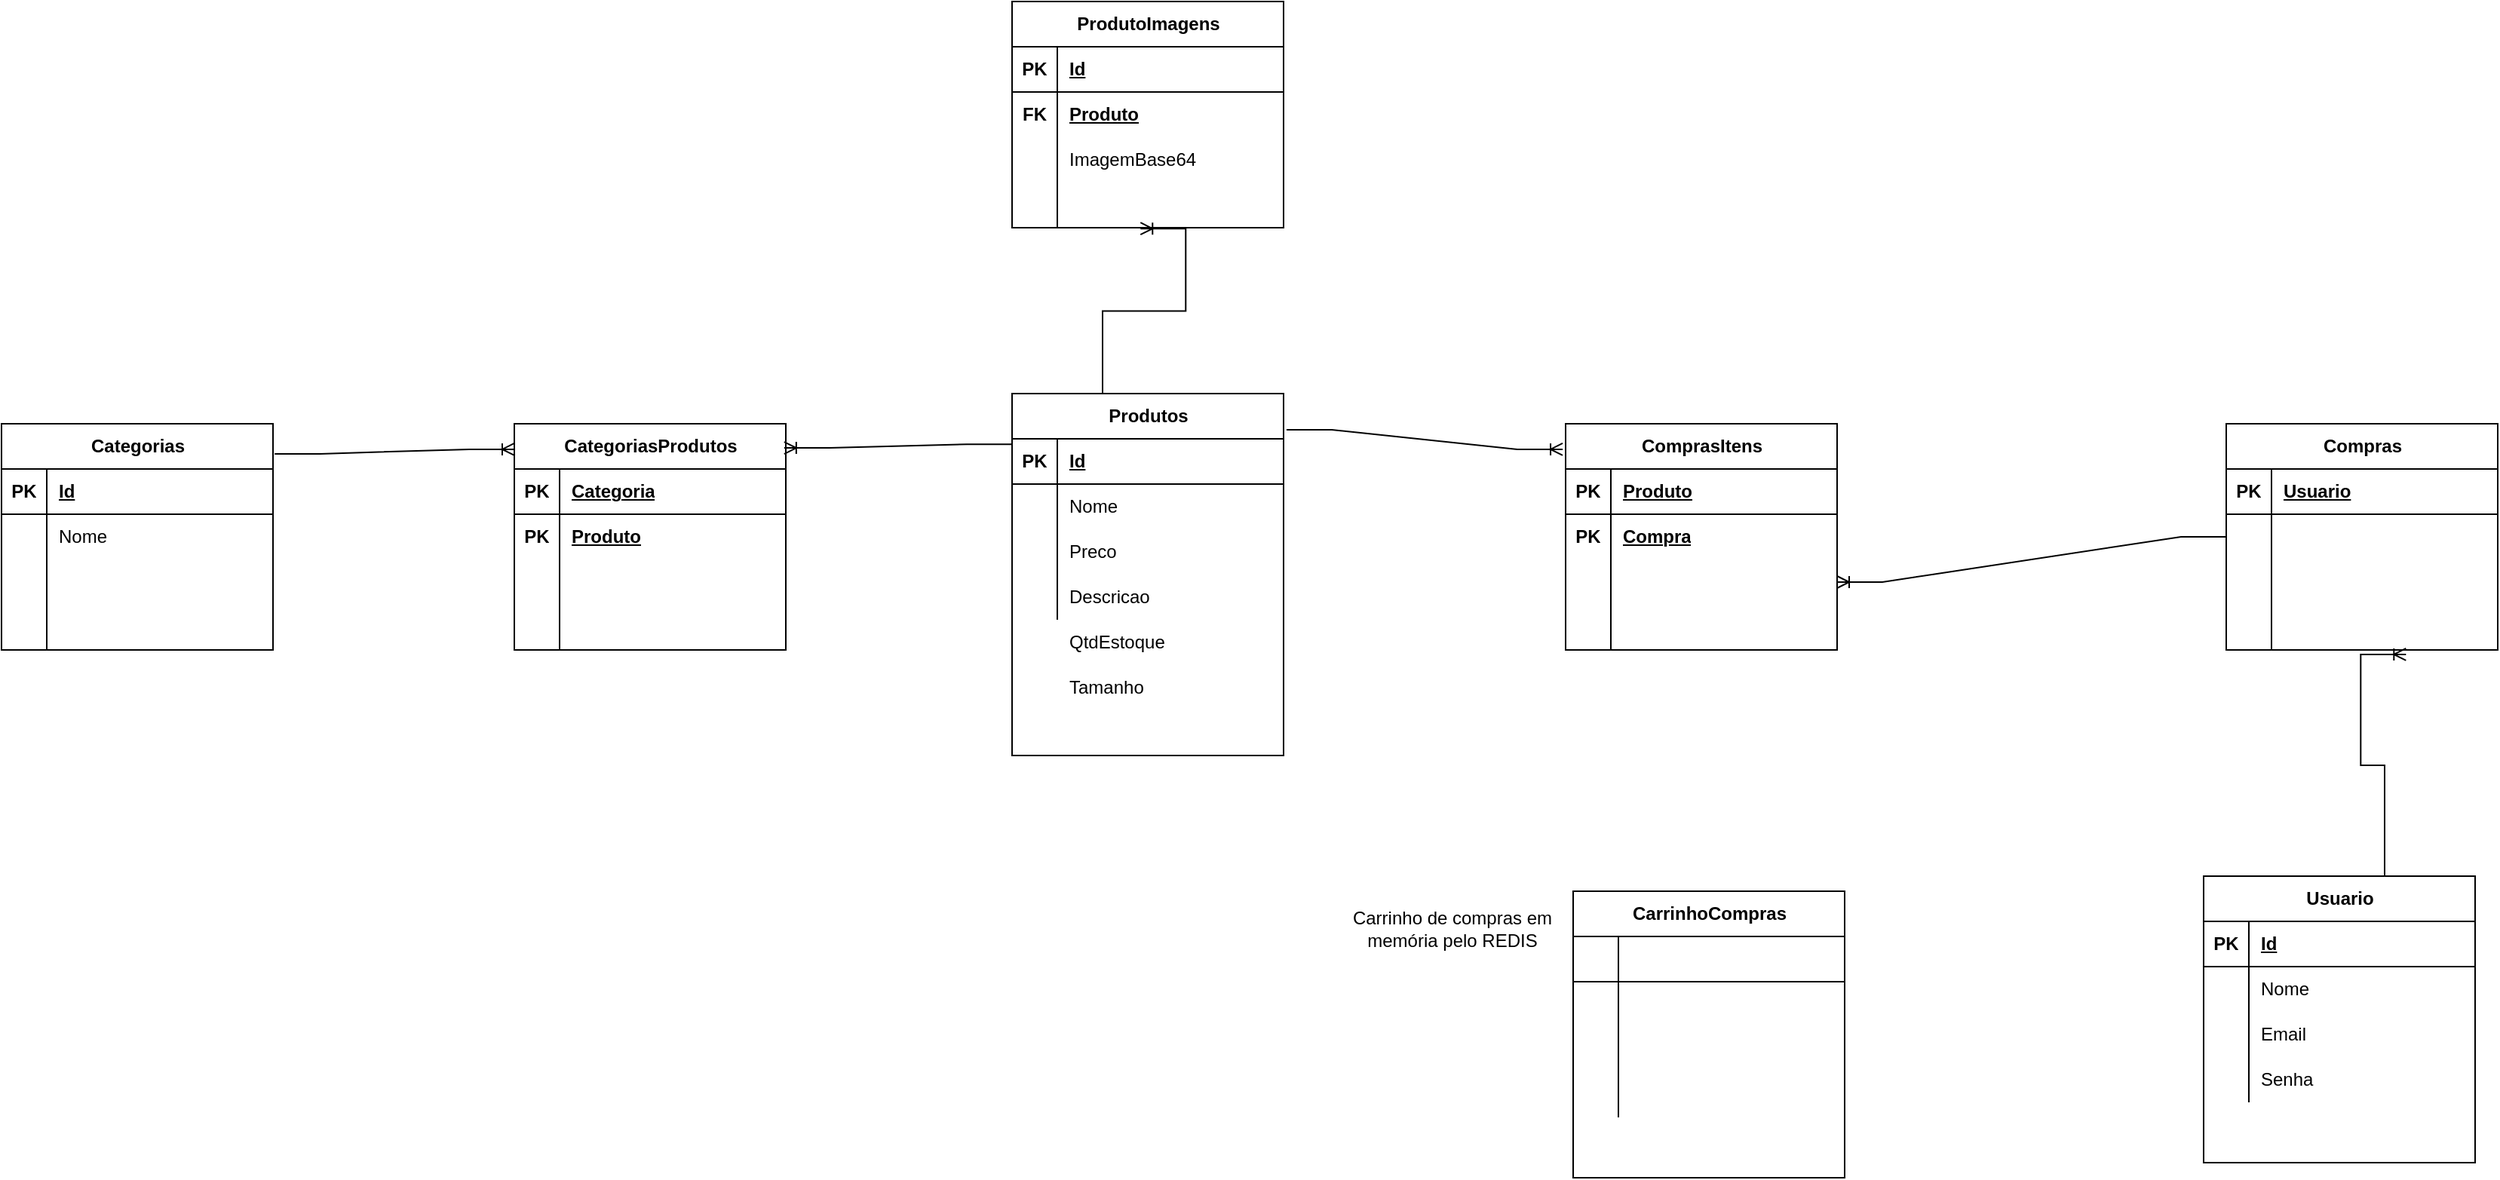
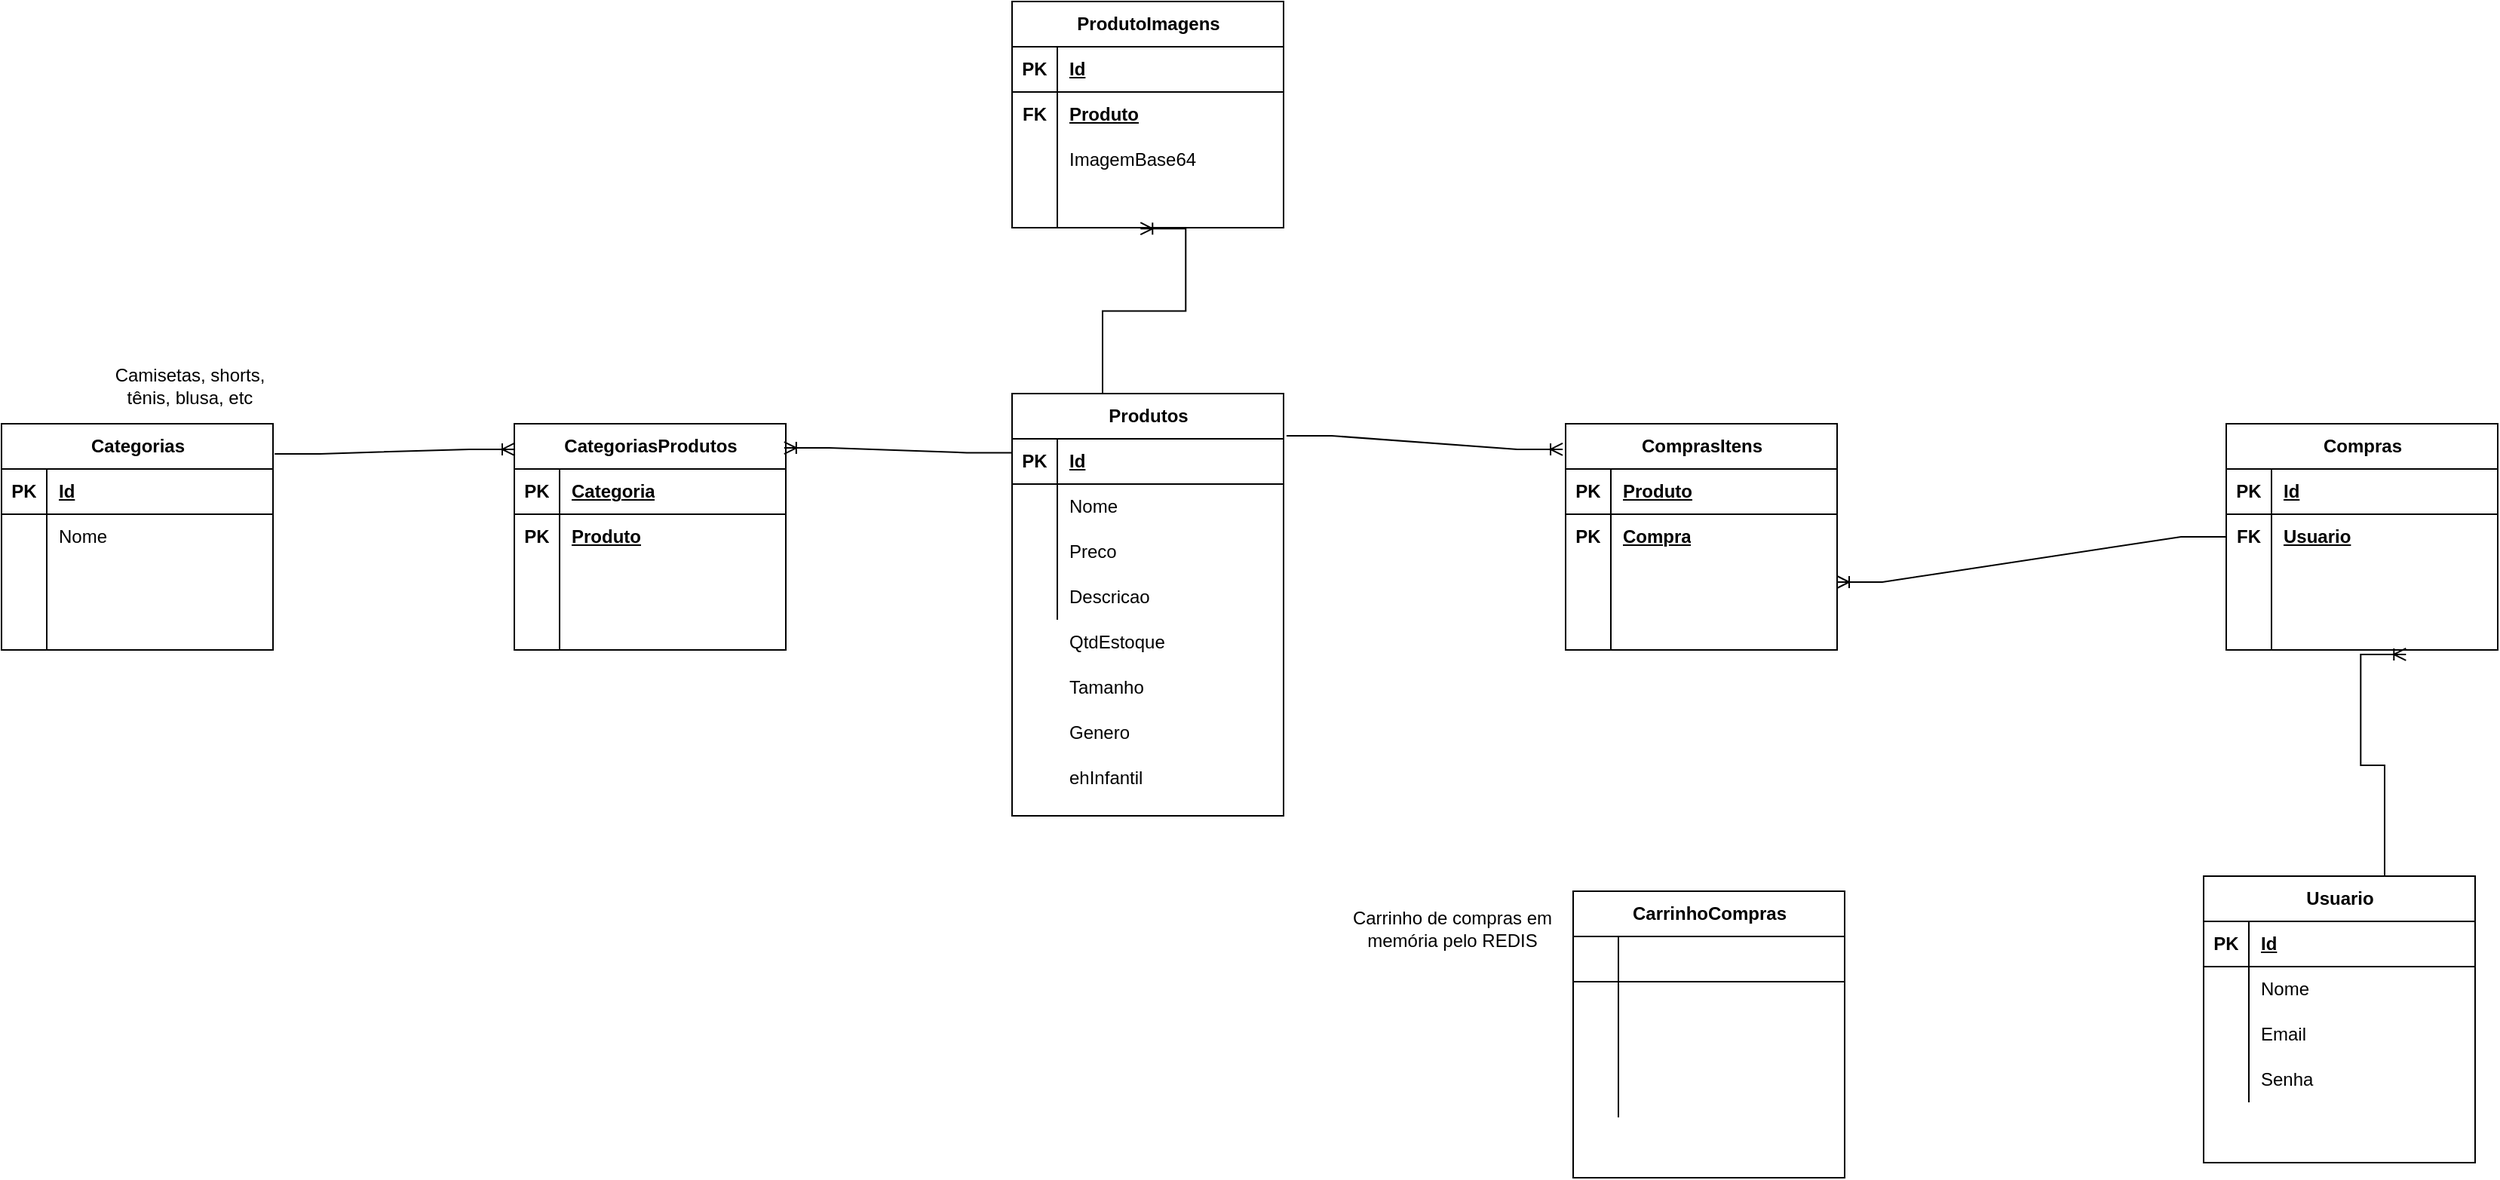
<mxfile host="Electron" agent="Mozilla/5.0 (Windows NT 10.0; Win64; x64) AppleWebKit/537.36 (KHTML, like Gecko) draw.io/27.0.9 Chrome/134.0.6998.205 Electron/35.4.0 Safari/537.36" version="27.0.9">
  <diagram name="Página-1" id="Ui7Bwch2JGEr9qUNOwo4">
-     <mxGraphModel dx="2384" dy="1239" grid="1" gridSize="10" guides="1" tooltips="1" connect="1" arrows="1" fold="1" page="1" pageScale="1" pageWidth="827" pageHeight="1169" math="0" shadow="0">
+     <mxGraphModel dx="1974" dy="913" grid="1" gridSize="10" guides="1" tooltips="1" connect="1" arrows="1" fold="1" page="1" pageScale="1" pageWidth="827" pageHeight="1169" math="0" shadow="0">
      <root>
        <mxCell id="0" />
        <mxCell id="1" parent="0" />
        <mxCell id="u1fod5ni-31I_dp44Pcm-1" value="Produtos" style="shape=table;startSize=30;container=1;collapsible=1;childLayout=tableLayout;fixedRows=1;rowLines=0;fontStyle=1;align=center;resizeLast=1;html=1;" parent="1" vertex="1">
-           <mxGeometry x="280" y="340" width="180" height="240" as="geometry" />
+           <mxGeometry x="280" y="340" width="180" height="280" as="geometry" />
        </mxCell>
        <mxCell id="u1fod5ni-31I_dp44Pcm-2" value="" style="shape=tableRow;horizontal=0;startSize=0;swimlaneHead=0;swimlaneBody=0;fillColor=none;collapsible=0;dropTarget=0;points=[[0,0.5],[1,0.5]];portConstraint=eastwest;top=0;left=0;right=0;bottom=1;" parent="u1fod5ni-31I_dp44Pcm-1" vertex="1">
          <mxGeometry y="30" width="180" height="30" as="geometry" />
        </mxCell>
        <mxCell id="u1fod5ni-31I_dp44Pcm-3" value="PK" style="shape=partialRectangle;connectable=0;fillColor=none;top=0;left=0;bottom=0;right=0;fontStyle=1;overflow=hidden;whiteSpace=wrap;html=1;" parent="u1fod5ni-31I_dp44Pcm-2" vertex="1">
          <mxGeometry width="30" height="30" as="geometry">
            <mxRectangle width="30" height="30" as="alternateBounds" />
          </mxGeometry>
        </mxCell>
        <mxCell id="u1fod5ni-31I_dp44Pcm-4" value="Id" style="shape=partialRectangle;connectable=0;fillColor=none;top=0;left=0;bottom=0;right=0;align=left;spacingLeft=6;fontStyle=5;overflow=hidden;whiteSpace=wrap;html=1;" parent="u1fod5ni-31I_dp44Pcm-2" vertex="1">
          <mxGeometry x="30" width="150" height="30" as="geometry">
            <mxRectangle width="150" height="30" as="alternateBounds" />
          </mxGeometry>
        </mxCell>
        <mxCell id="u1fod5ni-31I_dp44Pcm-5" value="" style="shape=tableRow;horizontal=0;startSize=0;swimlaneHead=0;swimlaneBody=0;fillColor=none;collapsible=0;dropTarget=0;points=[[0,0.5],[1,0.5]];portConstraint=eastwest;top=0;left=0;right=0;bottom=0;" parent="u1fod5ni-31I_dp44Pcm-1" vertex="1">
          <mxGeometry y="60" width="180" height="30" as="geometry" />
        </mxCell>
        <mxCell id="u1fod5ni-31I_dp44Pcm-6" value="" style="shape=partialRectangle;connectable=0;fillColor=none;top=0;left=0;bottom=0;right=0;editable=1;overflow=hidden;whiteSpace=wrap;html=1;" parent="u1fod5ni-31I_dp44Pcm-5" vertex="1">
          <mxGeometry width="30" height="30" as="geometry">
            <mxRectangle width="30" height="30" as="alternateBounds" />
          </mxGeometry>
        </mxCell>
        <mxCell id="u1fod5ni-31I_dp44Pcm-7" value="Nome" style="shape=partialRectangle;connectable=0;fillColor=none;top=0;left=0;bottom=0;right=0;align=left;spacingLeft=6;overflow=hidden;whiteSpace=wrap;html=1;" parent="u1fod5ni-31I_dp44Pcm-5" vertex="1">
          <mxGeometry x="30" width="150" height="30" as="geometry">
            <mxRectangle width="150" height="30" as="alternateBounds" />
          </mxGeometry>
        </mxCell>
        <mxCell id="u1fod5ni-31I_dp44Pcm-8" value="" style="shape=tableRow;horizontal=0;startSize=0;swimlaneHead=0;swimlaneBody=0;fillColor=none;collapsible=0;dropTarget=0;points=[[0,0.5],[1,0.5]];portConstraint=eastwest;top=0;left=0;right=0;bottom=0;" parent="u1fod5ni-31I_dp44Pcm-1" vertex="1">
          <mxGeometry y="90" width="180" height="30" as="geometry" />
        </mxCell>
        <mxCell id="u1fod5ni-31I_dp44Pcm-9" value="" style="shape=partialRectangle;connectable=0;fillColor=none;top=0;left=0;bottom=0;right=0;editable=1;overflow=hidden;whiteSpace=wrap;html=1;" parent="u1fod5ni-31I_dp44Pcm-8" vertex="1">
          <mxGeometry width="30" height="30" as="geometry">
            <mxRectangle width="30" height="30" as="alternateBounds" />
          </mxGeometry>
        </mxCell>
        <mxCell id="u1fod5ni-31I_dp44Pcm-10" value="" style="shape=partialRectangle;connectable=0;fillColor=none;top=0;left=0;bottom=0;right=0;align=left;spacingLeft=6;overflow=hidden;whiteSpace=wrap;html=1;" parent="u1fod5ni-31I_dp44Pcm-8" vertex="1">
          <mxGeometry x="30" width="150" height="30" as="geometry">
            <mxRectangle width="150" height="30" as="alternateBounds" />
          </mxGeometry>
        </mxCell>
        <mxCell id="u1fod5ni-31I_dp44Pcm-11" value="" style="shape=tableRow;horizontal=0;startSize=0;swimlaneHead=0;swimlaneBody=0;fillColor=none;collapsible=0;dropTarget=0;points=[[0,0.5],[1,0.5]];portConstraint=eastwest;top=0;left=0;right=0;bottom=0;" parent="u1fod5ni-31I_dp44Pcm-1" vertex="1">
          <mxGeometry y="120" width="180" height="30" as="geometry" />
        </mxCell>
        <mxCell id="u1fod5ni-31I_dp44Pcm-12" value="" style="shape=partialRectangle;connectable=0;fillColor=none;top=0;left=0;bottom=0;right=0;editable=1;overflow=hidden;whiteSpace=wrap;html=1;" parent="u1fod5ni-31I_dp44Pcm-11" vertex="1">
          <mxGeometry width="30" height="30" as="geometry">
            <mxRectangle width="30" height="30" as="alternateBounds" />
          </mxGeometry>
        </mxCell>
        <mxCell id="u1fod5ni-31I_dp44Pcm-13" value="" style="shape=partialRectangle;connectable=0;fillColor=none;top=0;left=0;bottom=0;right=0;align=left;spacingLeft=6;overflow=hidden;whiteSpace=wrap;html=1;" parent="u1fod5ni-31I_dp44Pcm-11" vertex="1">
          <mxGeometry x="30" width="150" height="30" as="geometry">
            <mxRectangle width="150" height="30" as="alternateBounds" />
          </mxGeometry>
        </mxCell>
        <mxCell id="u1fod5ni-31I_dp44Pcm-14" value="Categorias" style="shape=table;startSize=30;container=1;collapsible=1;childLayout=tableLayout;fixedRows=1;rowLines=0;fontStyle=1;align=center;resizeLast=1;html=1;" parent="1" vertex="1">
          <mxGeometry x="-390" y="360" width="180" height="150" as="geometry" />
        </mxCell>
        <mxCell id="u1fod5ni-31I_dp44Pcm-15" value="" style="shape=tableRow;horizontal=0;startSize=0;swimlaneHead=0;swimlaneBody=0;fillColor=none;collapsible=0;dropTarget=0;points=[[0,0.5],[1,0.5]];portConstraint=eastwest;top=0;left=0;right=0;bottom=1;" parent="u1fod5ni-31I_dp44Pcm-14" vertex="1">
          <mxGeometry y="30" width="180" height="30" as="geometry" />
        </mxCell>
        <mxCell id="u1fod5ni-31I_dp44Pcm-16" value="PK" style="shape=partialRectangle;connectable=0;fillColor=none;top=0;left=0;bottom=0;right=0;fontStyle=1;overflow=hidden;whiteSpace=wrap;html=1;" parent="u1fod5ni-31I_dp44Pcm-15" vertex="1">
          <mxGeometry width="30" height="30" as="geometry">
            <mxRectangle width="30" height="30" as="alternateBounds" />
          </mxGeometry>
        </mxCell>
        <mxCell id="u1fod5ni-31I_dp44Pcm-17" value="Id" style="shape=partialRectangle;connectable=0;fillColor=none;top=0;left=0;bottom=0;right=0;align=left;spacingLeft=6;fontStyle=5;overflow=hidden;whiteSpace=wrap;html=1;" parent="u1fod5ni-31I_dp44Pcm-15" vertex="1">
          <mxGeometry x="30" width="150" height="30" as="geometry">
            <mxRectangle width="150" height="30" as="alternateBounds" />
          </mxGeometry>
        </mxCell>
        <mxCell id="u1fod5ni-31I_dp44Pcm-18" value="" style="shape=tableRow;horizontal=0;startSize=0;swimlaneHead=0;swimlaneBody=0;fillColor=none;collapsible=0;dropTarget=0;points=[[0,0.5],[1,0.5]];portConstraint=eastwest;top=0;left=0;right=0;bottom=0;" parent="u1fod5ni-31I_dp44Pcm-14" vertex="1">
          <mxGeometry y="60" width="180" height="30" as="geometry" />
        </mxCell>
        <mxCell id="u1fod5ni-31I_dp44Pcm-19" value="" style="shape=partialRectangle;connectable=0;fillColor=none;top=0;left=0;bottom=0;right=0;editable=1;overflow=hidden;whiteSpace=wrap;html=1;" parent="u1fod5ni-31I_dp44Pcm-18" vertex="1">
          <mxGeometry width="30" height="30" as="geometry">
            <mxRectangle width="30" height="30" as="alternateBounds" />
          </mxGeometry>
        </mxCell>
        <mxCell id="u1fod5ni-31I_dp44Pcm-20" value="Nome" style="shape=partialRectangle;connectable=0;fillColor=none;top=0;left=0;bottom=0;right=0;align=left;spacingLeft=6;overflow=hidden;whiteSpace=wrap;html=1;" parent="u1fod5ni-31I_dp44Pcm-18" vertex="1">
          <mxGeometry x="30" width="150" height="30" as="geometry">
            <mxRectangle width="150" height="30" as="alternateBounds" />
          </mxGeometry>
        </mxCell>
        <mxCell id="u1fod5ni-31I_dp44Pcm-21" value="" style="shape=tableRow;horizontal=0;startSize=0;swimlaneHead=0;swimlaneBody=0;fillColor=none;collapsible=0;dropTarget=0;points=[[0,0.5],[1,0.5]];portConstraint=eastwest;top=0;left=0;right=0;bottom=0;" parent="u1fod5ni-31I_dp44Pcm-14" vertex="1">
          <mxGeometry y="90" width="180" height="30" as="geometry" />
        </mxCell>
        <mxCell id="u1fod5ni-31I_dp44Pcm-22" value="" style="shape=partialRectangle;connectable=0;fillColor=none;top=0;left=0;bottom=0;right=0;editable=1;overflow=hidden;whiteSpace=wrap;html=1;" parent="u1fod5ni-31I_dp44Pcm-21" vertex="1">
          <mxGeometry width="30" height="30" as="geometry">
            <mxRectangle width="30" height="30" as="alternateBounds" />
          </mxGeometry>
        </mxCell>
        <mxCell id="u1fod5ni-31I_dp44Pcm-23" value="" style="shape=partialRectangle;connectable=0;fillColor=none;top=0;left=0;bottom=0;right=0;align=left;spacingLeft=6;overflow=hidden;whiteSpace=wrap;html=1;" parent="u1fod5ni-31I_dp44Pcm-21" vertex="1">
          <mxGeometry x="30" width="150" height="30" as="geometry">
            <mxRectangle width="150" height="30" as="alternateBounds" />
          </mxGeometry>
        </mxCell>
        <mxCell id="u1fod5ni-31I_dp44Pcm-24" value="" style="shape=tableRow;horizontal=0;startSize=0;swimlaneHead=0;swimlaneBody=0;fillColor=none;collapsible=0;dropTarget=0;points=[[0,0.5],[1,0.5]];portConstraint=eastwest;top=0;left=0;right=0;bottom=0;" parent="u1fod5ni-31I_dp44Pcm-14" vertex="1">
          <mxGeometry y="120" width="180" height="30" as="geometry" />
        </mxCell>
        <mxCell id="u1fod5ni-31I_dp44Pcm-25" value="" style="shape=partialRectangle;connectable=0;fillColor=none;top=0;left=0;bottom=0;right=0;editable=1;overflow=hidden;whiteSpace=wrap;html=1;" parent="u1fod5ni-31I_dp44Pcm-24" vertex="1">
          <mxGeometry width="30" height="30" as="geometry">
            <mxRectangle width="30" height="30" as="alternateBounds" />
          </mxGeometry>
        </mxCell>
        <mxCell id="u1fod5ni-31I_dp44Pcm-26" value="" style="shape=partialRectangle;connectable=0;fillColor=none;top=0;left=0;bottom=0;right=0;align=left;spacingLeft=6;overflow=hidden;whiteSpace=wrap;html=1;" parent="u1fod5ni-31I_dp44Pcm-24" vertex="1">
          <mxGeometry x="30" width="150" height="30" as="geometry">
            <mxRectangle width="150" height="30" as="alternateBounds" />
          </mxGeometry>
        </mxCell>
        <mxCell id="u1fod5ni-31I_dp44Pcm-27" value="CategoriasProdutos" style="shape=table;startSize=30;container=1;collapsible=1;childLayout=tableLayout;fixedRows=1;rowLines=0;fontStyle=1;align=center;resizeLast=1;html=1;" parent="1" vertex="1">
          <mxGeometry x="-50" y="360" width="180" height="150" as="geometry" />
        </mxCell>
        <mxCell id="u1fod5ni-31I_dp44Pcm-28" value="" style="shape=tableRow;horizontal=0;startSize=0;swimlaneHead=0;swimlaneBody=0;fillColor=none;collapsible=0;dropTarget=0;points=[[0,0.5],[1,0.5]];portConstraint=eastwest;top=0;left=0;right=0;bottom=1;" parent="u1fod5ni-31I_dp44Pcm-27" vertex="1">
          <mxGeometry y="30" width="180" height="30" as="geometry" />
        </mxCell>
        <mxCell id="u1fod5ni-31I_dp44Pcm-29" value="PK" style="shape=partialRectangle;connectable=0;fillColor=none;top=0;left=0;bottom=0;right=0;fontStyle=1;overflow=hidden;whiteSpace=wrap;html=1;" parent="u1fod5ni-31I_dp44Pcm-28" vertex="1">
          <mxGeometry width="30" height="30" as="geometry">
            <mxRectangle width="30" height="30" as="alternateBounds" />
          </mxGeometry>
        </mxCell>
        <mxCell id="u1fod5ni-31I_dp44Pcm-30" value="Categoria" style="shape=partialRectangle;connectable=0;fillColor=none;top=0;left=0;bottom=0;right=0;align=left;spacingLeft=6;fontStyle=5;overflow=hidden;whiteSpace=wrap;html=1;" parent="u1fod5ni-31I_dp44Pcm-28" vertex="1">
          <mxGeometry x="30" width="150" height="30" as="geometry">
            <mxRectangle width="150" height="30" as="alternateBounds" />
          </mxGeometry>
        </mxCell>
        <mxCell id="u1fod5ni-31I_dp44Pcm-31" value="" style="shape=tableRow;horizontal=0;startSize=0;swimlaneHead=0;swimlaneBody=0;fillColor=none;collapsible=0;dropTarget=0;points=[[0,0.5],[1,0.5]];portConstraint=eastwest;top=0;left=0;right=0;bottom=0;" parent="u1fod5ni-31I_dp44Pcm-27" vertex="1">
          <mxGeometry y="60" width="180" height="30" as="geometry" />
        </mxCell>
        <mxCell id="u1fod5ni-31I_dp44Pcm-32" value="" style="shape=partialRectangle;connectable=0;fillColor=none;top=0;left=0;bottom=0;right=0;editable=1;overflow=hidden;whiteSpace=wrap;html=1;" parent="u1fod5ni-31I_dp44Pcm-31" vertex="1">
          <mxGeometry width="30" height="30" as="geometry">
            <mxRectangle width="30" height="30" as="alternateBounds" />
          </mxGeometry>
        </mxCell>
        <mxCell id="u1fod5ni-31I_dp44Pcm-33" value="" style="shape=partialRectangle;connectable=0;fillColor=none;top=0;left=0;bottom=0;right=0;align=left;spacingLeft=6;overflow=hidden;whiteSpace=wrap;html=1;" parent="u1fod5ni-31I_dp44Pcm-31" vertex="1">
          <mxGeometry x="30" width="150" height="30" as="geometry">
            <mxRectangle width="150" height="30" as="alternateBounds" />
          </mxGeometry>
        </mxCell>
        <mxCell id="u1fod5ni-31I_dp44Pcm-34" value="" style="shape=tableRow;horizontal=0;startSize=0;swimlaneHead=0;swimlaneBody=0;fillColor=none;collapsible=0;dropTarget=0;points=[[0,0.5],[1,0.5]];portConstraint=eastwest;top=0;left=0;right=0;bottom=0;" parent="u1fod5ni-31I_dp44Pcm-27" vertex="1">
          <mxGeometry y="90" width="180" height="30" as="geometry" />
        </mxCell>
        <mxCell id="u1fod5ni-31I_dp44Pcm-35" value="" style="shape=partialRectangle;connectable=0;fillColor=none;top=0;left=0;bottom=0;right=0;editable=1;overflow=hidden;whiteSpace=wrap;html=1;" parent="u1fod5ni-31I_dp44Pcm-34" vertex="1">
          <mxGeometry width="30" height="30" as="geometry">
            <mxRectangle width="30" height="30" as="alternateBounds" />
          </mxGeometry>
        </mxCell>
        <mxCell id="u1fod5ni-31I_dp44Pcm-36" value="" style="shape=partialRectangle;connectable=0;fillColor=none;top=0;left=0;bottom=0;right=0;align=left;spacingLeft=6;overflow=hidden;whiteSpace=wrap;html=1;" parent="u1fod5ni-31I_dp44Pcm-34" vertex="1">
          <mxGeometry x="30" width="150" height="30" as="geometry">
            <mxRectangle width="150" height="30" as="alternateBounds" />
          </mxGeometry>
        </mxCell>
        <mxCell id="u1fod5ni-31I_dp44Pcm-37" value="" style="shape=tableRow;horizontal=0;startSize=0;swimlaneHead=0;swimlaneBody=0;fillColor=none;collapsible=0;dropTarget=0;points=[[0,0.5],[1,0.5]];portConstraint=eastwest;top=0;left=0;right=0;bottom=0;" parent="u1fod5ni-31I_dp44Pcm-27" vertex="1">
          <mxGeometry y="120" width="180" height="30" as="geometry" />
        </mxCell>
        <mxCell id="u1fod5ni-31I_dp44Pcm-38" value="" style="shape=partialRectangle;connectable=0;fillColor=none;top=0;left=0;bottom=0;right=0;editable=1;overflow=hidden;whiteSpace=wrap;html=1;" parent="u1fod5ni-31I_dp44Pcm-37" vertex="1">
          <mxGeometry width="30" height="30" as="geometry">
            <mxRectangle width="30" height="30" as="alternateBounds" />
          </mxGeometry>
        </mxCell>
        <mxCell id="u1fod5ni-31I_dp44Pcm-39" value="" style="shape=partialRectangle;connectable=0;fillColor=none;top=0;left=0;bottom=0;right=0;align=left;spacingLeft=6;overflow=hidden;whiteSpace=wrap;html=1;" parent="u1fod5ni-31I_dp44Pcm-37" vertex="1">
          <mxGeometry x="30" width="150" height="30" as="geometry">
            <mxRectangle width="150" height="30" as="alternateBounds" />
          </mxGeometry>
        </mxCell>
        <mxCell id="u1fod5ni-31I_dp44Pcm-41" value="Produto" style="shape=partialRectangle;connectable=0;fillColor=none;top=0;left=0;bottom=0;right=0;align=left;spacingLeft=6;fontStyle=5;overflow=hidden;whiteSpace=wrap;html=1;" parent="1" vertex="1">
          <mxGeometry x="-20" y="420" width="150" height="30" as="geometry">
            <mxRectangle width="150" height="30" as="alternateBounds" />
          </mxGeometry>
        </mxCell>
        <mxCell id="u1fod5ni-31I_dp44Pcm-42" value="PK" style="shape=partialRectangle;connectable=0;fillColor=none;top=0;left=0;bottom=0;right=0;fontStyle=1;overflow=hidden;whiteSpace=wrap;html=1;" parent="1" vertex="1">
          <mxGeometry x="-50" y="420" width="30" height="30" as="geometry">
            <mxRectangle width="30" height="30" as="alternateBounds" />
          </mxGeometry>
        </mxCell>
        <mxCell id="u1fod5ni-31I_dp44Pcm-43" value="" style="edgeStyle=entityRelationEdgeStyle;fontSize=12;html=1;endArrow=ERoneToMany;rounded=0;exitX=1.006;exitY=0.133;exitDx=0;exitDy=0;exitPerimeter=0;entryX=0;entryY=0.113;entryDx=0;entryDy=0;entryPerimeter=0;" parent="1" source="u1fod5ni-31I_dp44Pcm-14" target="u1fod5ni-31I_dp44Pcm-27" edge="1">
          <mxGeometry width="100" height="100" relative="1" as="geometry">
            <mxPoint x="-170" y="485" as="sourcePoint" />
            <mxPoint x="-80" y="378" as="targetPoint" />
            <Array as="points">
              <mxPoint x="-70" y="390" />
            </Array>
          </mxGeometry>
        </mxCell>
        <mxCell id="u1fod5ni-31I_dp44Pcm-44" value="" style="edgeStyle=entityRelationEdgeStyle;fontSize=12;html=1;endArrow=ERoneToMany;rounded=0;exitX=0;exitY=0.14;exitDx=0;exitDy=0;entryX=0.994;entryY=0.107;entryDx=0;entryDy=0;entryPerimeter=0;exitPerimeter=0;" parent="1" source="u1fod5ni-31I_dp44Pcm-1" target="u1fod5ni-31I_dp44Pcm-27" edge="1">
          <mxGeometry width="100" height="100" relative="1" as="geometry">
            <mxPoint x="260" y="576" as="sourcePoint" />
            <mxPoint x="430" y="520" as="targetPoint" />
          </mxGeometry>
        </mxCell>
        <mxCell id="u1fod5ni-31I_dp44Pcm-46" value="Usuario" style="shape=table;startSize=30;container=1;collapsible=1;childLayout=tableLayout;fixedRows=1;rowLines=0;fontStyle=1;align=center;resizeLast=1;html=1;" parent="1" vertex="1">
          <mxGeometry x="1070" y="660" width="180" height="190" as="geometry" />
        </mxCell>
        <mxCell id="u1fod5ni-31I_dp44Pcm-47" value="" style="shape=tableRow;horizontal=0;startSize=0;swimlaneHead=0;swimlaneBody=0;fillColor=none;collapsible=0;dropTarget=0;points=[[0,0.5],[1,0.5]];portConstraint=eastwest;top=0;left=0;right=0;bottom=1;" parent="u1fod5ni-31I_dp44Pcm-46" vertex="1">
          <mxGeometry y="30" width="180" height="30" as="geometry" />
        </mxCell>
        <mxCell id="u1fod5ni-31I_dp44Pcm-48" value="PK" style="shape=partialRectangle;connectable=0;fillColor=none;top=0;left=0;bottom=0;right=0;fontStyle=1;overflow=hidden;whiteSpace=wrap;html=1;" parent="u1fod5ni-31I_dp44Pcm-47" vertex="1">
          <mxGeometry width="30" height="30" as="geometry">
            <mxRectangle width="30" height="30" as="alternateBounds" />
          </mxGeometry>
        </mxCell>
        <mxCell id="u1fod5ni-31I_dp44Pcm-49" value="Id" style="shape=partialRectangle;connectable=0;fillColor=none;top=0;left=0;bottom=0;right=0;align=left;spacingLeft=6;fontStyle=5;overflow=hidden;whiteSpace=wrap;html=1;" parent="u1fod5ni-31I_dp44Pcm-47" vertex="1">
          <mxGeometry x="30" width="150" height="30" as="geometry">
            <mxRectangle width="150" height="30" as="alternateBounds" />
          </mxGeometry>
        </mxCell>
        <mxCell id="u1fod5ni-31I_dp44Pcm-50" value="" style="shape=tableRow;horizontal=0;startSize=0;swimlaneHead=0;swimlaneBody=0;fillColor=none;collapsible=0;dropTarget=0;points=[[0,0.5],[1,0.5]];portConstraint=eastwest;top=0;left=0;right=0;bottom=0;" parent="u1fod5ni-31I_dp44Pcm-46" vertex="1">
          <mxGeometry y="60" width="180" height="30" as="geometry" />
        </mxCell>
        <mxCell id="u1fod5ni-31I_dp44Pcm-51" value="" style="shape=partialRectangle;connectable=0;fillColor=none;top=0;left=0;bottom=0;right=0;editable=1;overflow=hidden;whiteSpace=wrap;html=1;" parent="u1fod5ni-31I_dp44Pcm-50" vertex="1">
          <mxGeometry width="30" height="30" as="geometry">
            <mxRectangle width="30" height="30" as="alternateBounds" />
          </mxGeometry>
        </mxCell>
        <mxCell id="u1fod5ni-31I_dp44Pcm-52" value="Nome" style="shape=partialRectangle;connectable=0;fillColor=none;top=0;left=0;bottom=0;right=0;align=left;spacingLeft=6;overflow=hidden;whiteSpace=wrap;html=1;" parent="u1fod5ni-31I_dp44Pcm-50" vertex="1">
          <mxGeometry x="30" width="150" height="30" as="geometry">
            <mxRectangle width="150" height="30" as="alternateBounds" />
          </mxGeometry>
        </mxCell>
        <mxCell id="u1fod5ni-31I_dp44Pcm-53" value="" style="shape=tableRow;horizontal=0;startSize=0;swimlaneHead=0;swimlaneBody=0;fillColor=none;collapsible=0;dropTarget=0;points=[[0,0.5],[1,0.5]];portConstraint=eastwest;top=0;left=0;right=0;bottom=0;" parent="u1fod5ni-31I_dp44Pcm-46" vertex="1">
          <mxGeometry y="90" width="180" height="30" as="geometry" />
        </mxCell>
        <mxCell id="u1fod5ni-31I_dp44Pcm-54" value="" style="shape=partialRectangle;connectable=0;fillColor=none;top=0;left=0;bottom=0;right=0;editable=1;overflow=hidden;whiteSpace=wrap;html=1;" parent="u1fod5ni-31I_dp44Pcm-53" vertex="1">
          <mxGeometry width="30" height="30" as="geometry">
            <mxRectangle width="30" height="30" as="alternateBounds" />
          </mxGeometry>
        </mxCell>
        <mxCell id="u1fod5ni-31I_dp44Pcm-55" value="" style="shape=partialRectangle;connectable=0;fillColor=none;top=0;left=0;bottom=0;right=0;align=left;spacingLeft=6;overflow=hidden;whiteSpace=wrap;html=1;" parent="u1fod5ni-31I_dp44Pcm-53" vertex="1">
          <mxGeometry x="30" width="150" height="30" as="geometry">
            <mxRectangle width="150" height="30" as="alternateBounds" />
          </mxGeometry>
        </mxCell>
        <mxCell id="u1fod5ni-31I_dp44Pcm-56" value="" style="shape=tableRow;horizontal=0;startSize=0;swimlaneHead=0;swimlaneBody=0;fillColor=none;collapsible=0;dropTarget=0;points=[[0,0.5],[1,0.5]];portConstraint=eastwest;top=0;left=0;right=0;bottom=0;" parent="u1fod5ni-31I_dp44Pcm-46" vertex="1">
          <mxGeometry y="120" width="180" height="30" as="geometry" />
        </mxCell>
        <mxCell id="u1fod5ni-31I_dp44Pcm-57" value="" style="shape=partialRectangle;connectable=0;fillColor=none;top=0;left=0;bottom=0;right=0;editable=1;overflow=hidden;whiteSpace=wrap;html=1;" parent="u1fod5ni-31I_dp44Pcm-56" vertex="1">
          <mxGeometry width="30" height="30" as="geometry">
            <mxRectangle width="30" height="30" as="alternateBounds" />
          </mxGeometry>
        </mxCell>
        <mxCell id="u1fod5ni-31I_dp44Pcm-58" value="" style="shape=partialRectangle;connectable=0;fillColor=none;top=0;left=0;bottom=0;right=0;align=left;spacingLeft=6;overflow=hidden;whiteSpace=wrap;html=1;" parent="u1fod5ni-31I_dp44Pcm-56" vertex="1">
          <mxGeometry x="30" width="150" height="30" as="geometry">
            <mxRectangle width="150" height="30" as="alternateBounds" />
          </mxGeometry>
        </mxCell>
        <mxCell id="u1fod5ni-31I_dp44Pcm-59" value="Email" style="shape=partialRectangle;connectable=0;fillColor=none;top=0;left=0;bottom=0;right=0;align=left;spacingLeft=6;overflow=hidden;whiteSpace=wrap;html=1;" parent="1" vertex="1">
          <mxGeometry x="1100" y="750" width="150" height="30" as="geometry">
            <mxRectangle width="150" height="30" as="alternateBounds" />
          </mxGeometry>
        </mxCell>
        <mxCell id="u1fod5ni-31I_dp44Pcm-60" value="Senha" style="shape=partialRectangle;connectable=0;fillColor=none;top=0;left=0;bottom=0;right=0;align=left;spacingLeft=6;overflow=hidden;whiteSpace=wrap;html=1;" parent="1" vertex="1">
          <mxGeometry x="1100" y="780" width="150" height="30" as="geometry">
            <mxRectangle width="150" height="30" as="alternateBounds" />
          </mxGeometry>
        </mxCell>
        <mxCell id="u1fod5ni-31I_dp44Pcm-61" value="CarrinhoCompras" style="shape=table;startSize=30;container=1;collapsible=1;childLayout=tableLayout;fixedRows=1;rowLines=0;fontStyle=1;align=center;resizeLast=1;html=1;" parent="1" vertex="1">
          <mxGeometry x="652" y="670" width="180" height="190" as="geometry" />
        </mxCell>
        <mxCell id="u1fod5ni-31I_dp44Pcm-62" value="" style="shape=tableRow;horizontal=0;startSize=0;swimlaneHead=0;swimlaneBody=0;fillColor=none;collapsible=0;dropTarget=0;points=[[0,0.5],[1,0.5]];portConstraint=eastwest;top=0;left=0;right=0;bottom=1;" parent="u1fod5ni-31I_dp44Pcm-61" vertex="1">
          <mxGeometry y="30" width="180" height="30" as="geometry" />
        </mxCell>
        <mxCell id="u1fod5ni-31I_dp44Pcm-63" value="" style="shape=partialRectangle;connectable=0;fillColor=none;top=0;left=0;bottom=0;right=0;fontStyle=1;overflow=hidden;whiteSpace=wrap;html=1;" parent="u1fod5ni-31I_dp44Pcm-62" vertex="1">
          <mxGeometry width="30" height="30" as="geometry">
            <mxRectangle width="30" height="30" as="alternateBounds" />
          </mxGeometry>
        </mxCell>
        <mxCell id="u1fod5ni-31I_dp44Pcm-64" value="" style="shape=partialRectangle;connectable=0;fillColor=none;top=0;left=0;bottom=0;right=0;align=left;spacingLeft=6;fontStyle=5;overflow=hidden;whiteSpace=wrap;html=1;" parent="u1fod5ni-31I_dp44Pcm-62" vertex="1">
          <mxGeometry x="30" width="150" height="30" as="geometry">
            <mxRectangle width="150" height="30" as="alternateBounds" />
          </mxGeometry>
        </mxCell>
        <mxCell id="u1fod5ni-31I_dp44Pcm-65" value="" style="shape=tableRow;horizontal=0;startSize=0;swimlaneHead=0;swimlaneBody=0;fillColor=none;collapsible=0;dropTarget=0;points=[[0,0.5],[1,0.5]];portConstraint=eastwest;top=0;left=0;right=0;bottom=0;" parent="u1fod5ni-31I_dp44Pcm-61" vertex="1">
          <mxGeometry y="60" width="180" height="30" as="geometry" />
        </mxCell>
        <mxCell id="u1fod5ni-31I_dp44Pcm-66" value="" style="shape=partialRectangle;connectable=0;fillColor=none;top=0;left=0;bottom=0;right=0;editable=1;overflow=hidden;whiteSpace=wrap;html=1;" parent="u1fod5ni-31I_dp44Pcm-65" vertex="1">
          <mxGeometry width="30" height="30" as="geometry">
            <mxRectangle width="30" height="30" as="alternateBounds" />
          </mxGeometry>
        </mxCell>
        <mxCell id="u1fod5ni-31I_dp44Pcm-67" value="" style="shape=partialRectangle;connectable=0;fillColor=none;top=0;left=0;bottom=0;right=0;align=left;spacingLeft=6;overflow=hidden;whiteSpace=wrap;html=1;" parent="u1fod5ni-31I_dp44Pcm-65" vertex="1">
          <mxGeometry x="30" width="150" height="30" as="geometry">
            <mxRectangle width="150" height="30" as="alternateBounds" />
          </mxGeometry>
        </mxCell>
        <mxCell id="u1fod5ni-31I_dp44Pcm-68" value="" style="shape=tableRow;horizontal=0;startSize=0;swimlaneHead=0;swimlaneBody=0;fillColor=none;collapsible=0;dropTarget=0;points=[[0,0.5],[1,0.5]];portConstraint=eastwest;top=0;left=0;right=0;bottom=0;" parent="u1fod5ni-31I_dp44Pcm-61" vertex="1">
          <mxGeometry y="90" width="180" height="30" as="geometry" />
        </mxCell>
        <mxCell id="u1fod5ni-31I_dp44Pcm-69" value="" style="shape=partialRectangle;connectable=0;fillColor=none;top=0;left=0;bottom=0;right=0;editable=1;overflow=hidden;whiteSpace=wrap;html=1;" parent="u1fod5ni-31I_dp44Pcm-68" vertex="1">
          <mxGeometry width="30" height="30" as="geometry">
            <mxRectangle width="30" height="30" as="alternateBounds" />
          </mxGeometry>
        </mxCell>
        <mxCell id="u1fod5ni-31I_dp44Pcm-70" value="" style="shape=partialRectangle;connectable=0;fillColor=none;top=0;left=0;bottom=0;right=0;align=left;spacingLeft=6;overflow=hidden;whiteSpace=wrap;html=1;" parent="u1fod5ni-31I_dp44Pcm-68" vertex="1">
          <mxGeometry x="30" width="150" height="30" as="geometry">
            <mxRectangle width="150" height="30" as="alternateBounds" />
          </mxGeometry>
        </mxCell>
        <mxCell id="u1fod5ni-31I_dp44Pcm-71" value="" style="shape=tableRow;horizontal=0;startSize=0;swimlaneHead=0;swimlaneBody=0;fillColor=none;collapsible=0;dropTarget=0;points=[[0,0.5],[1,0.5]];portConstraint=eastwest;top=0;left=0;right=0;bottom=0;" parent="u1fod5ni-31I_dp44Pcm-61" vertex="1">
          <mxGeometry y="120" width="180" height="30" as="geometry" />
        </mxCell>
        <mxCell id="u1fod5ni-31I_dp44Pcm-72" value="" style="shape=partialRectangle;connectable=0;fillColor=none;top=0;left=0;bottom=0;right=0;editable=1;overflow=hidden;whiteSpace=wrap;html=1;" parent="u1fod5ni-31I_dp44Pcm-71" vertex="1">
          <mxGeometry width="30" height="30" as="geometry">
            <mxRectangle width="30" height="30" as="alternateBounds" />
          </mxGeometry>
        </mxCell>
        <mxCell id="u1fod5ni-31I_dp44Pcm-73" value="" style="shape=partialRectangle;connectable=0;fillColor=none;top=0;left=0;bottom=0;right=0;align=left;spacingLeft=6;overflow=hidden;whiteSpace=wrap;html=1;" parent="u1fod5ni-31I_dp44Pcm-71" vertex="1">
          <mxGeometry x="30" width="150" height="30" as="geometry">
            <mxRectangle width="150" height="30" as="alternateBounds" />
          </mxGeometry>
        </mxCell>
        <mxCell id="u1fod5ni-31I_dp44Pcm-74" value="Carrinho de compras em memória pelo REDIS" style="text;html=1;align=center;verticalAlign=middle;whiteSpace=wrap;rounded=0;" parent="1" vertex="1">
          <mxGeometry x="492" y="680" width="160" height="30" as="geometry" />
        </mxCell>
        <mxCell id="u1fod5ni-31I_dp44Pcm-76" value="ComprasItens" style="shape=table;startSize=30;container=1;collapsible=1;childLayout=tableLayout;fixedRows=1;rowLines=0;fontStyle=1;align=center;resizeLast=1;html=1;" parent="1" vertex="1">
          <mxGeometry x="647" y="360" width="180" height="150" as="geometry" />
        </mxCell>
        <mxCell id="u1fod5ni-31I_dp44Pcm-77" value="" style="shape=tableRow;horizontal=0;startSize=0;swimlaneHead=0;swimlaneBody=0;fillColor=none;collapsible=0;dropTarget=0;points=[[0,0.5],[1,0.5]];portConstraint=eastwest;top=0;left=0;right=0;bottom=1;" parent="u1fod5ni-31I_dp44Pcm-76" vertex="1">
          <mxGeometry y="30" width="180" height="30" as="geometry" />
        </mxCell>
        <mxCell id="u1fod5ni-31I_dp44Pcm-78" value="PK" style="shape=partialRectangle;connectable=0;fillColor=none;top=0;left=0;bottom=0;right=0;fontStyle=1;overflow=hidden;whiteSpace=wrap;html=1;" parent="u1fod5ni-31I_dp44Pcm-77" vertex="1">
          <mxGeometry width="30" height="30" as="geometry">
            <mxRectangle width="30" height="30" as="alternateBounds" />
          </mxGeometry>
        </mxCell>
        <mxCell id="u1fod5ni-31I_dp44Pcm-79" value="Produto" style="shape=partialRectangle;connectable=0;fillColor=none;top=0;left=0;bottom=0;right=0;align=left;spacingLeft=6;fontStyle=5;overflow=hidden;whiteSpace=wrap;html=1;" parent="u1fod5ni-31I_dp44Pcm-77" vertex="1">
          <mxGeometry x="30" width="150" height="30" as="geometry">
            <mxRectangle width="150" height="30" as="alternateBounds" />
          </mxGeometry>
        </mxCell>
        <mxCell id="u1fod5ni-31I_dp44Pcm-80" value="" style="shape=tableRow;horizontal=0;startSize=0;swimlaneHead=0;swimlaneBody=0;fillColor=none;collapsible=0;dropTarget=0;points=[[0,0.5],[1,0.5]];portConstraint=eastwest;top=0;left=0;right=0;bottom=0;" parent="u1fod5ni-31I_dp44Pcm-76" vertex="1">
          <mxGeometry y="60" width="180" height="30" as="geometry" />
        </mxCell>
        <mxCell id="u1fod5ni-31I_dp44Pcm-81" value="" style="shape=partialRectangle;connectable=0;fillColor=none;top=0;left=0;bottom=0;right=0;editable=1;overflow=hidden;whiteSpace=wrap;html=1;" parent="u1fod5ni-31I_dp44Pcm-80" vertex="1">
          <mxGeometry width="30" height="30" as="geometry">
            <mxRectangle width="30" height="30" as="alternateBounds" />
          </mxGeometry>
        </mxCell>
        <mxCell id="u1fod5ni-31I_dp44Pcm-82" value="" style="shape=partialRectangle;connectable=0;fillColor=none;top=0;left=0;bottom=0;right=0;align=left;spacingLeft=6;overflow=hidden;whiteSpace=wrap;html=1;" parent="u1fod5ni-31I_dp44Pcm-80" vertex="1">
          <mxGeometry x="30" width="150" height="30" as="geometry">
            <mxRectangle width="150" height="30" as="alternateBounds" />
          </mxGeometry>
        </mxCell>
        <mxCell id="u1fod5ni-31I_dp44Pcm-83" value="" style="shape=tableRow;horizontal=0;startSize=0;swimlaneHead=0;swimlaneBody=0;fillColor=none;collapsible=0;dropTarget=0;points=[[0,0.5],[1,0.5]];portConstraint=eastwest;top=0;left=0;right=0;bottom=0;" parent="u1fod5ni-31I_dp44Pcm-76" vertex="1">
          <mxGeometry y="90" width="180" height="30" as="geometry" />
        </mxCell>
        <mxCell id="u1fod5ni-31I_dp44Pcm-84" value="" style="shape=partialRectangle;connectable=0;fillColor=none;top=0;left=0;bottom=0;right=0;editable=1;overflow=hidden;whiteSpace=wrap;html=1;" parent="u1fod5ni-31I_dp44Pcm-83" vertex="1">
          <mxGeometry width="30" height="30" as="geometry">
            <mxRectangle width="30" height="30" as="alternateBounds" />
          </mxGeometry>
        </mxCell>
        <mxCell id="u1fod5ni-31I_dp44Pcm-85" value="" style="shape=partialRectangle;connectable=0;fillColor=none;top=0;left=0;bottom=0;right=0;align=left;spacingLeft=6;overflow=hidden;whiteSpace=wrap;html=1;" parent="u1fod5ni-31I_dp44Pcm-83" vertex="1">
          <mxGeometry x="30" width="150" height="30" as="geometry">
            <mxRectangle width="150" height="30" as="alternateBounds" />
          </mxGeometry>
        </mxCell>
        <mxCell id="u1fod5ni-31I_dp44Pcm-86" value="" style="shape=tableRow;horizontal=0;startSize=0;swimlaneHead=0;swimlaneBody=0;fillColor=none;collapsible=0;dropTarget=0;points=[[0,0.5],[1,0.5]];portConstraint=eastwest;top=0;left=0;right=0;bottom=0;" parent="u1fod5ni-31I_dp44Pcm-76" vertex="1">
          <mxGeometry y="120" width="180" height="30" as="geometry" />
        </mxCell>
        <mxCell id="u1fod5ni-31I_dp44Pcm-87" value="" style="shape=partialRectangle;connectable=0;fillColor=none;top=0;left=0;bottom=0;right=0;editable=1;overflow=hidden;whiteSpace=wrap;html=1;" parent="u1fod5ni-31I_dp44Pcm-86" vertex="1">
          <mxGeometry width="30" height="30" as="geometry">
            <mxRectangle width="30" height="30" as="alternateBounds" />
          </mxGeometry>
        </mxCell>
        <mxCell id="u1fod5ni-31I_dp44Pcm-88" value="" style="shape=partialRectangle;connectable=0;fillColor=none;top=0;left=0;bottom=0;right=0;align=left;spacingLeft=6;overflow=hidden;whiteSpace=wrap;html=1;" parent="u1fod5ni-31I_dp44Pcm-86" vertex="1">
          <mxGeometry x="30" width="150" height="30" as="geometry">
            <mxRectangle width="150" height="30" as="alternateBounds" />
          </mxGeometry>
        </mxCell>
        <mxCell id="u1fod5ni-31I_dp44Pcm-91" value="" style="edgeStyle=entityRelationEdgeStyle;fontSize=12;html=1;endArrow=ERoneToMany;rounded=0;exitX=1.011;exitY=0.1;exitDx=0;exitDy=0;entryX=-0.011;entryY=0.113;entryDx=0;entryDy=0;entryPerimeter=0;exitPerimeter=0;" parent="1" source="u1fod5ni-31I_dp44Pcm-1" target="u1fod5ni-31I_dp44Pcm-76" edge="1">
          <mxGeometry width="100" height="100" relative="1" as="geometry">
            <mxPoint x="671" y="535" as="sourcePoint" />
            <mxPoint x="520" y="530" as="targetPoint" />
          </mxGeometry>
        </mxCell>
        <mxCell id="u1fod5ni-31I_dp44Pcm-92" value="" style="edgeStyle=entityRelationEdgeStyle;fontSize=12;html=1;endArrow=ERoneToMany;rounded=0;exitX=0.5;exitY=0;exitDx=0;exitDy=0;entryX=0.662;entryY=1.098;entryDx=0;entryDy=0;entryPerimeter=0;" parent="1" source="u1fod5ni-31I_dp44Pcm-46" target="u1fod5ni-31I_dp44Pcm-122" edge="1">
          <mxGeometry width="100" height="100" relative="1" as="geometry">
            <mxPoint x="550" y="570" as="sourcePoint" />
            <mxPoint x="733" y="572" as="targetPoint" />
          </mxGeometry>
        </mxCell>
        <mxCell id="u1fod5ni-31I_dp44Pcm-93" value="Preco" style="shape=partialRectangle;connectable=0;fillColor=none;top=0;left=0;bottom=0;right=0;align=left;spacingLeft=6;overflow=hidden;whiteSpace=wrap;html=1;" parent="1" vertex="1">
          <mxGeometry x="310" y="430" width="150" height="30" as="geometry">
            <mxRectangle width="150" height="30" as="alternateBounds" />
          </mxGeometry>
        </mxCell>
        <mxCell id="u1fod5ni-31I_dp44Pcm-94" value="Descricao" style="shape=partialRectangle;connectable=0;fillColor=none;top=0;left=0;bottom=0;right=0;align=left;spacingLeft=6;overflow=hidden;whiteSpace=wrap;html=1;" parent="1" vertex="1">
          <mxGeometry x="310" y="460" width="150" height="30" as="geometry">
            <mxRectangle width="150" height="30" as="alternateBounds" />
          </mxGeometry>
        </mxCell>
        <mxCell id="u1fod5ni-31I_dp44Pcm-95" value="ProdutoImagens" style="shape=table;startSize=30;container=1;collapsible=1;childLayout=tableLayout;fixedRows=1;rowLines=0;fontStyle=1;align=center;resizeLast=1;html=1;" parent="1" vertex="1">
          <mxGeometry x="280" y="80" width="180" height="150" as="geometry" />
        </mxCell>
        <mxCell id="u1fod5ni-31I_dp44Pcm-96" value="" style="shape=tableRow;horizontal=0;startSize=0;swimlaneHead=0;swimlaneBody=0;fillColor=none;collapsible=0;dropTarget=0;points=[[0,0.5],[1,0.5]];portConstraint=eastwest;top=0;left=0;right=0;bottom=1;" parent="u1fod5ni-31I_dp44Pcm-95" vertex="1">
          <mxGeometry y="30" width="180" height="30" as="geometry" />
        </mxCell>
        <mxCell id="u1fod5ni-31I_dp44Pcm-97" value="PK" style="shape=partialRectangle;connectable=0;fillColor=none;top=0;left=0;bottom=0;right=0;fontStyle=1;overflow=hidden;whiteSpace=wrap;html=1;" parent="u1fod5ni-31I_dp44Pcm-96" vertex="1">
          <mxGeometry width="30" height="30" as="geometry">
            <mxRectangle width="30" height="30" as="alternateBounds" />
          </mxGeometry>
        </mxCell>
        <mxCell id="u1fod5ni-31I_dp44Pcm-98" value="Id" style="shape=partialRectangle;connectable=0;fillColor=none;top=0;left=0;bottom=0;right=0;align=left;spacingLeft=6;fontStyle=5;overflow=hidden;whiteSpace=wrap;html=1;" parent="u1fod5ni-31I_dp44Pcm-96" vertex="1">
          <mxGeometry x="30" width="150" height="30" as="geometry">
            <mxRectangle width="150" height="30" as="alternateBounds" />
          </mxGeometry>
        </mxCell>
        <mxCell id="u1fod5ni-31I_dp44Pcm-99" value="" style="shape=tableRow;horizontal=0;startSize=0;swimlaneHead=0;swimlaneBody=0;fillColor=none;collapsible=0;dropTarget=0;points=[[0,0.5],[1,0.5]];portConstraint=eastwest;top=0;left=0;right=0;bottom=0;" parent="u1fod5ni-31I_dp44Pcm-95" vertex="1">
          <mxGeometry y="60" width="180" height="30" as="geometry" />
        </mxCell>
        <mxCell id="u1fod5ni-31I_dp44Pcm-100" value="" style="shape=partialRectangle;connectable=0;fillColor=none;top=0;left=0;bottom=0;right=0;editable=1;overflow=hidden;whiteSpace=wrap;html=1;" parent="u1fod5ni-31I_dp44Pcm-99" vertex="1">
          <mxGeometry width="30" height="30" as="geometry">
            <mxRectangle width="30" height="30" as="alternateBounds" />
          </mxGeometry>
        </mxCell>
        <mxCell id="u1fod5ni-31I_dp44Pcm-101" value="" style="shape=partialRectangle;connectable=0;fillColor=none;top=0;left=0;bottom=0;right=0;align=left;spacingLeft=6;overflow=hidden;whiteSpace=wrap;html=1;" parent="u1fod5ni-31I_dp44Pcm-99" vertex="1">
          <mxGeometry x="30" width="150" height="30" as="geometry">
            <mxRectangle width="150" height="30" as="alternateBounds" />
          </mxGeometry>
        </mxCell>
        <mxCell id="u1fod5ni-31I_dp44Pcm-102" value="" style="shape=tableRow;horizontal=0;startSize=0;swimlaneHead=0;swimlaneBody=0;fillColor=none;collapsible=0;dropTarget=0;points=[[0,0.5],[1,0.5]];portConstraint=eastwest;top=0;left=0;right=0;bottom=0;" parent="u1fod5ni-31I_dp44Pcm-95" vertex="1">
          <mxGeometry y="90" width="180" height="30" as="geometry" />
        </mxCell>
        <mxCell id="u1fod5ni-31I_dp44Pcm-103" value="" style="shape=partialRectangle;connectable=0;fillColor=none;top=0;left=0;bottom=0;right=0;editable=1;overflow=hidden;whiteSpace=wrap;html=1;" parent="u1fod5ni-31I_dp44Pcm-102" vertex="1">
          <mxGeometry width="30" height="30" as="geometry">
            <mxRectangle width="30" height="30" as="alternateBounds" />
          </mxGeometry>
        </mxCell>
        <mxCell id="u1fod5ni-31I_dp44Pcm-104" value="" style="shape=partialRectangle;connectable=0;fillColor=none;top=0;left=0;bottom=0;right=0;align=left;spacingLeft=6;overflow=hidden;whiteSpace=wrap;html=1;" parent="u1fod5ni-31I_dp44Pcm-102" vertex="1">
          <mxGeometry x="30" width="150" height="30" as="geometry">
            <mxRectangle width="150" height="30" as="alternateBounds" />
          </mxGeometry>
        </mxCell>
        <mxCell id="u1fod5ni-31I_dp44Pcm-105" value="" style="shape=tableRow;horizontal=0;startSize=0;swimlaneHead=0;swimlaneBody=0;fillColor=none;collapsible=0;dropTarget=0;points=[[0,0.5],[1,0.5]];portConstraint=eastwest;top=0;left=0;right=0;bottom=0;" parent="u1fod5ni-31I_dp44Pcm-95" vertex="1">
          <mxGeometry y="120" width="180" height="30" as="geometry" />
        </mxCell>
        <mxCell id="u1fod5ni-31I_dp44Pcm-106" value="" style="shape=partialRectangle;connectable=0;fillColor=none;top=0;left=0;bottom=0;right=0;editable=1;overflow=hidden;whiteSpace=wrap;html=1;" parent="u1fod5ni-31I_dp44Pcm-105" vertex="1">
          <mxGeometry width="30" height="30" as="geometry">
            <mxRectangle width="30" height="30" as="alternateBounds" />
          </mxGeometry>
        </mxCell>
        <mxCell id="u1fod5ni-31I_dp44Pcm-107" value="" style="shape=partialRectangle;connectable=0;fillColor=none;top=0;left=0;bottom=0;right=0;align=left;spacingLeft=6;overflow=hidden;whiteSpace=wrap;html=1;" parent="u1fod5ni-31I_dp44Pcm-105" vertex="1">
          <mxGeometry x="30" width="150" height="30" as="geometry">
            <mxRectangle width="150" height="30" as="alternateBounds" />
          </mxGeometry>
        </mxCell>
        <mxCell id="u1fod5ni-31I_dp44Pcm-108" value="FK" style="shape=partialRectangle;connectable=0;fillColor=none;top=0;left=0;bottom=0;right=0;fontStyle=1;overflow=hidden;whiteSpace=wrap;html=1;" parent="1" vertex="1">
          <mxGeometry x="280" y="140" width="30" height="30" as="geometry">
            <mxRectangle width="30" height="30" as="alternateBounds" />
          </mxGeometry>
        </mxCell>
        <mxCell id="u1fod5ni-31I_dp44Pcm-109" value="Produto" style="shape=partialRectangle;connectable=0;fillColor=none;top=0;left=0;bottom=0;right=0;align=left;spacingLeft=6;fontStyle=5;overflow=hidden;whiteSpace=wrap;html=1;" parent="1" vertex="1">
          <mxGeometry x="310" y="140" width="150" height="30" as="geometry">
            <mxRectangle width="150" height="30" as="alternateBounds" />
          </mxGeometry>
        </mxCell>
        <mxCell id="u1fod5ni-31I_dp44Pcm-110" value="ImagemBase64" style="shape=partialRectangle;connectable=0;fillColor=none;top=0;left=0;bottom=0;right=0;align=left;spacingLeft=6;overflow=hidden;whiteSpace=wrap;html=1;" parent="1" vertex="1">
          <mxGeometry x="310" y="170" width="150" height="30" as="geometry">
            <mxRectangle width="150" height="30" as="alternateBounds" />
          </mxGeometry>
        </mxCell>
        <mxCell id="u1fod5ni-31I_dp44Pcm-111" value="" style="edgeStyle=entityRelationEdgeStyle;fontSize=12;html=1;endArrow=ERoneToMany;rounded=0;exitX=0.5;exitY=0;exitDx=0;exitDy=0;entryX=0.473;entryY=1.02;entryDx=0;entryDy=0;entryPerimeter=0;" parent="1" source="u1fod5ni-31I_dp44Pcm-1" target="u1fod5ni-31I_dp44Pcm-105" edge="1">
          <mxGeometry width="100" height="100" relative="1" as="geometry">
            <mxPoint x="481" y="303" as="sourcePoint" />
            <mxPoint x="330" y="290" as="targetPoint" />
          </mxGeometry>
        </mxCell>
        <mxCell id="u1fod5ni-31I_dp44Pcm-112" value="Compras" style="shape=table;startSize=30;container=1;collapsible=1;childLayout=tableLayout;fixedRows=1;rowLines=0;fontStyle=1;align=center;resizeLast=1;html=1;" parent="1" vertex="1">
          <mxGeometry x="1085" y="360" width="180" height="150" as="geometry" />
        </mxCell>
        <mxCell id="u1fod5ni-31I_dp44Pcm-113" value="" style="shape=tableRow;horizontal=0;startSize=0;swimlaneHead=0;swimlaneBody=0;fillColor=none;collapsible=0;dropTarget=0;points=[[0,0.5],[1,0.5]];portConstraint=eastwest;top=0;left=0;right=0;bottom=1;" parent="u1fod5ni-31I_dp44Pcm-112" vertex="1">
          <mxGeometry y="30" width="180" height="30" as="geometry" />
        </mxCell>
        <mxCell id="u1fod5ni-31I_dp44Pcm-114" value="PK" style="shape=partialRectangle;connectable=0;fillColor=none;top=0;left=0;bottom=0;right=0;fontStyle=1;overflow=hidden;whiteSpace=wrap;html=1;" parent="u1fod5ni-31I_dp44Pcm-113" vertex="1">
          <mxGeometry width="30" height="30" as="geometry">
            <mxRectangle width="30" height="30" as="alternateBounds" />
          </mxGeometry>
        </mxCell>
-         <mxCell id="u1fod5ni-31I_dp44Pcm-115" value="Usuario" style="shape=partialRectangle;connectable=0;fillColor=none;top=0;left=0;bottom=0;right=0;align=left;spacingLeft=6;fontStyle=5;overflow=hidden;whiteSpace=wrap;html=1;" parent="u1fod5ni-31I_dp44Pcm-113" vertex="1">
+         <mxCell id="u1fod5ni-31I_dp44Pcm-115" value="Id" style="shape=partialRectangle;connectable=0;fillColor=none;top=0;left=0;bottom=0;right=0;align=left;spacingLeft=6;fontStyle=5;overflow=hidden;whiteSpace=wrap;html=1;" parent="u1fod5ni-31I_dp44Pcm-113" vertex="1">
          <mxGeometry x="30" width="150" height="30" as="geometry">
            <mxRectangle width="150" height="30" as="alternateBounds" />
          </mxGeometry>
        </mxCell>
        <mxCell id="u1fod5ni-31I_dp44Pcm-116" value="" style="shape=tableRow;horizontal=0;startSize=0;swimlaneHead=0;swimlaneBody=0;fillColor=none;collapsible=0;dropTarget=0;points=[[0,0.5],[1,0.5]];portConstraint=eastwest;top=0;left=0;right=0;bottom=0;" parent="u1fod5ni-31I_dp44Pcm-112" vertex="1">
          <mxGeometry y="60" width="180" height="30" as="geometry" />
        </mxCell>
        <mxCell id="u1fod5ni-31I_dp44Pcm-117" value="" style="shape=partialRectangle;connectable=0;fillColor=none;top=0;left=0;bottom=0;right=0;editable=1;overflow=hidden;whiteSpace=wrap;html=1;" parent="u1fod5ni-31I_dp44Pcm-116" vertex="1">
          <mxGeometry width="30" height="30" as="geometry">
            <mxRectangle width="30" height="30" as="alternateBounds" />
          </mxGeometry>
        </mxCell>
        <mxCell id="u1fod5ni-31I_dp44Pcm-118" value="" style="shape=partialRectangle;connectable=0;fillColor=none;top=0;left=0;bottom=0;right=0;align=left;spacingLeft=6;overflow=hidden;whiteSpace=wrap;html=1;" parent="u1fod5ni-31I_dp44Pcm-116" vertex="1">
          <mxGeometry x="30" width="150" height="30" as="geometry">
            <mxRectangle width="150" height="30" as="alternateBounds" />
          </mxGeometry>
        </mxCell>
        <mxCell id="u1fod5ni-31I_dp44Pcm-119" value="" style="shape=tableRow;horizontal=0;startSize=0;swimlaneHead=0;swimlaneBody=0;fillColor=none;collapsible=0;dropTarget=0;points=[[0,0.5],[1,0.5]];portConstraint=eastwest;top=0;left=0;right=0;bottom=0;" parent="u1fod5ni-31I_dp44Pcm-112" vertex="1">
          <mxGeometry y="90" width="180" height="30" as="geometry" />
        </mxCell>
        <mxCell id="u1fod5ni-31I_dp44Pcm-120" value="" style="shape=partialRectangle;connectable=0;fillColor=none;top=0;left=0;bottom=0;right=0;editable=1;overflow=hidden;whiteSpace=wrap;html=1;" parent="u1fod5ni-31I_dp44Pcm-119" vertex="1">
          <mxGeometry width="30" height="30" as="geometry">
            <mxRectangle width="30" height="30" as="alternateBounds" />
          </mxGeometry>
        </mxCell>
        <mxCell id="u1fod5ni-31I_dp44Pcm-121" value="" style="shape=partialRectangle;connectable=0;fillColor=none;top=0;left=0;bottom=0;right=0;align=left;spacingLeft=6;overflow=hidden;whiteSpace=wrap;html=1;" parent="u1fod5ni-31I_dp44Pcm-119" vertex="1">
          <mxGeometry x="30" width="150" height="30" as="geometry">
            <mxRectangle width="150" height="30" as="alternateBounds" />
          </mxGeometry>
        </mxCell>
        <mxCell id="u1fod5ni-31I_dp44Pcm-122" value="" style="shape=tableRow;horizontal=0;startSize=0;swimlaneHead=0;swimlaneBody=0;fillColor=none;collapsible=0;dropTarget=0;points=[[0,0.5],[1,0.5]];portConstraint=eastwest;top=0;left=0;right=0;bottom=0;" parent="u1fod5ni-31I_dp44Pcm-112" vertex="1">
          <mxGeometry y="120" width="180" height="30" as="geometry" />
        </mxCell>
        <mxCell id="u1fod5ni-31I_dp44Pcm-123" value="" style="shape=partialRectangle;connectable=0;fillColor=none;top=0;left=0;bottom=0;right=0;editable=1;overflow=hidden;whiteSpace=wrap;html=1;" parent="u1fod5ni-31I_dp44Pcm-122" vertex="1">
          <mxGeometry width="30" height="30" as="geometry">
            <mxRectangle width="30" height="30" as="alternateBounds" />
          </mxGeometry>
        </mxCell>
        <mxCell id="u1fod5ni-31I_dp44Pcm-124" value="" style="shape=partialRectangle;connectable=0;fillColor=none;top=0;left=0;bottom=0;right=0;align=left;spacingLeft=6;overflow=hidden;whiteSpace=wrap;html=1;" parent="u1fod5ni-31I_dp44Pcm-122" vertex="1">
          <mxGeometry x="30" width="150" height="30" as="geometry">
            <mxRectangle width="150" height="30" as="alternateBounds" />
          </mxGeometry>
        </mxCell>
        <mxCell id="u1fod5ni-31I_dp44Pcm-127" value="Compra" style="shape=partialRectangle;connectable=0;fillColor=none;top=0;left=0;bottom=0;right=0;align=left;spacingLeft=6;fontStyle=5;overflow=hidden;whiteSpace=wrap;html=1;" parent="1" vertex="1">
          <mxGeometry x="677" y="420" width="150" height="30" as="geometry">
            <mxRectangle width="150" height="30" as="alternateBounds" />
          </mxGeometry>
        </mxCell>
        <mxCell id="u1fod5ni-31I_dp44Pcm-128" value="PK" style="shape=partialRectangle;connectable=0;fillColor=none;top=0;left=0;bottom=0;right=0;fontStyle=1;overflow=hidden;whiteSpace=wrap;html=1;" parent="1" vertex="1">
          <mxGeometry x="647" y="420" width="30" height="30" as="geometry">
            <mxRectangle width="30" height="30" as="alternateBounds" />
          </mxGeometry>
        </mxCell>
        <mxCell id="u1fod5ni-31I_dp44Pcm-129" value="" style="edgeStyle=entityRelationEdgeStyle;fontSize=12;html=1;endArrow=ERoneToMany;rounded=0;exitX=0;exitY=0.5;exitDx=0;exitDy=0;entryX=1;entryY=0.5;entryDx=0;entryDy=0;" parent="1" source="u1fod5ni-31I_dp44Pcm-116" target="u1fod5ni-31I_dp44Pcm-83" edge="1">
          <mxGeometry width="100" height="100" relative="1" as="geometry">
            <mxPoint x="827" y="603.5" as="sourcePoint" />
            <mxPoint x="991" y="386.5" as="targetPoint" />
          </mxGeometry>
        </mxCell>
        <mxCell id="u1fod5ni-31I_dp44Pcm-144" value="QtdEstoque" style="shape=partialRectangle;connectable=0;fillColor=none;top=0;left=0;bottom=0;right=0;align=left;spacingLeft=6;overflow=hidden;whiteSpace=wrap;html=1;" parent="1" vertex="1">
          <mxGeometry x="310" y="490" width="150" height="30" as="geometry">
            <mxRectangle width="150" height="30" as="alternateBounds" />
          </mxGeometry>
        </mxCell>
        <mxCell id="u1fod5ni-31I_dp44Pcm-145" value="Tamanho" style="shape=partialRectangle;connectable=0;fillColor=none;top=0;left=0;bottom=0;right=0;align=left;spacingLeft=6;overflow=hidden;whiteSpace=wrap;html=1;" parent="1" vertex="1">
          <mxGeometry x="310" y="520" width="150" height="30" as="geometry">
            <mxRectangle width="150" height="30" as="alternateBounds" />
          </mxGeometry>
        </mxCell>
+         <mxCell id="ZBcgt9QzdJNg2zqEKxbS-1" value="FK" style="shape=partialRectangle;connectable=0;fillColor=none;top=0;left=0;bottom=0;right=0;fontStyle=1;overflow=hidden;whiteSpace=wrap;html=1;" parent="1" vertex="1">
+           <mxGeometry x="1085" y="420" width="30" height="30" as="geometry">
+             <mxRectangle width="30" height="30" as="alternateBounds" />
+           </mxGeometry>
+         </mxCell>
+         <mxCell id="ZBcgt9QzdJNg2zqEKxbS-2" value="Usuario" style="shape=partialRectangle;connectable=0;fillColor=none;top=0;left=0;bottom=0;right=0;align=left;spacingLeft=6;fontStyle=5;overflow=hidden;whiteSpace=wrap;html=1;" parent="1" vertex="1">
+           <mxGeometry x="1115" y="420" width="150" height="30" as="geometry">
+             <mxRectangle width="150" height="30" as="alternateBounds" />
+           </mxGeometry>
+         </mxCell>
+         <mxCell id="aYXklOrKJjhHnDC4YoNr-1" value="Genero" style="shape=partialRectangle;connectable=0;fillColor=none;top=0;left=0;bottom=0;right=0;align=left;spacingLeft=6;overflow=hidden;whiteSpace=wrap;html=1;" vertex="1" parent="1">
+           <mxGeometry x="310" y="550" width="150" height="30" as="geometry">
+             <mxRectangle width="150" height="30" as="alternateBounds" />
+           </mxGeometry>
+         </mxCell>
+         <mxCell id="aYXklOrKJjhHnDC4YoNr-2" value="Camisetas, shorts, tênis, blusa, etc" style="text;html=1;align=center;verticalAlign=middle;whiteSpace=wrap;rounded=0;" vertex="1" parent="1">
+           <mxGeometry x="-320" y="310" width="110" height="50" as="geometry" />
+         </mxCell>
+         <mxCell id="aYXklOrKJjhHnDC4YoNr-6" value="ehInfantil" style="shape=partialRectangle;connectable=0;fillColor=none;top=0;left=0;bottom=0;right=0;align=left;spacingLeft=6;overflow=hidden;whiteSpace=wrap;html=1;" vertex="1" parent="1">
+           <mxGeometry x="310" y="580" width="150" height="30" as="geometry">
+             <mxRectangle width="150" height="30" as="alternateBounds" />
+           </mxGeometry>
+         </mxCell>
      </root>
    </mxGraphModel>
  </diagram>
</mxfile>
